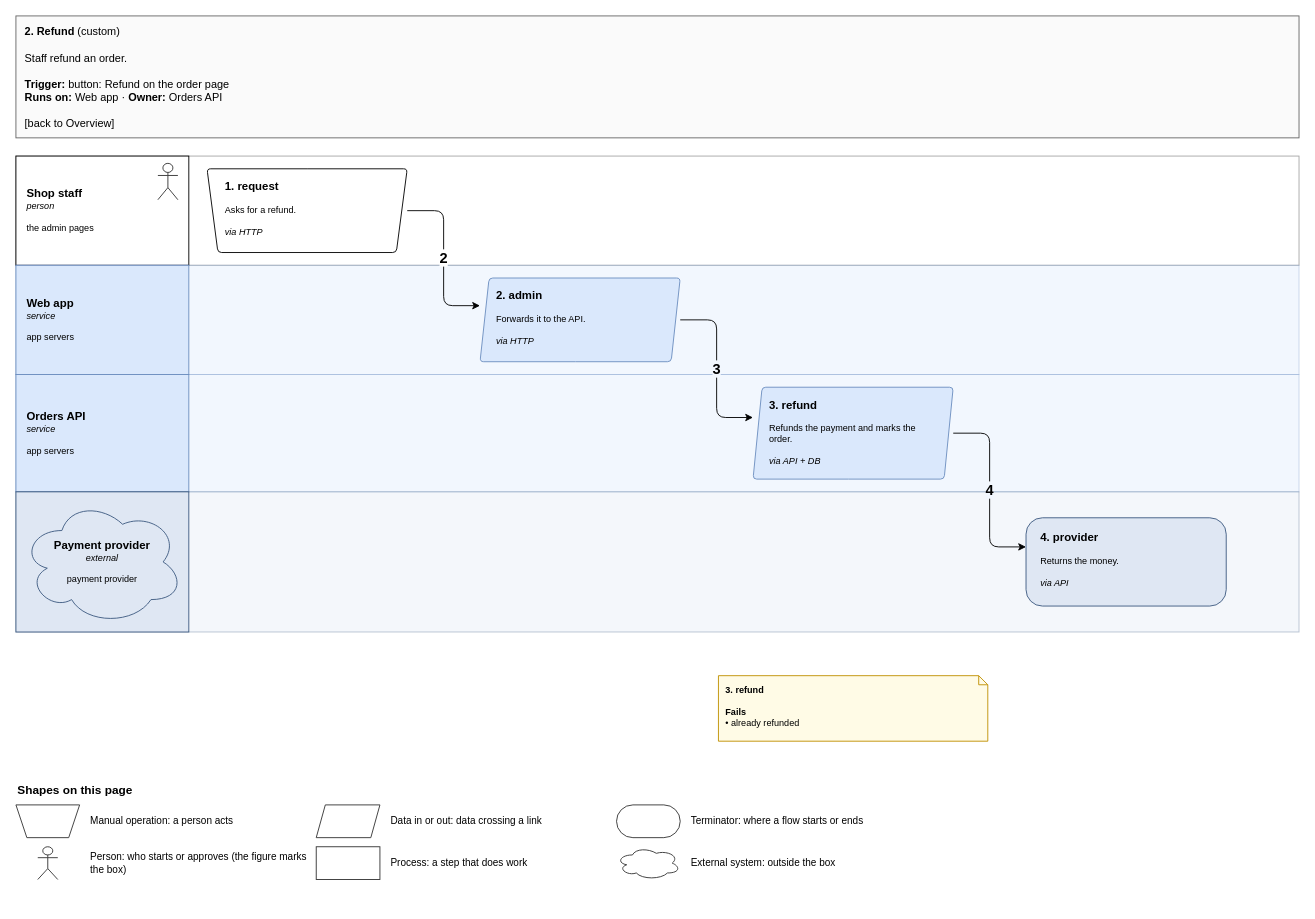
The draw.io diagram page "2. Refund" (7 of 10) of specialists/platform/skill-drawio/examples/shop/drawio/flows.drawio in amalikn/skills_stuff, before the edit. Source tidied: cells renumbered, new cells numbered last; positions are measured from the earlier drawing's top-left corner, leaving out a move shared by most shapes. Both pictures are drawn from the tidied source at 91%, with x=0, y=0 at pixel (15, 15).
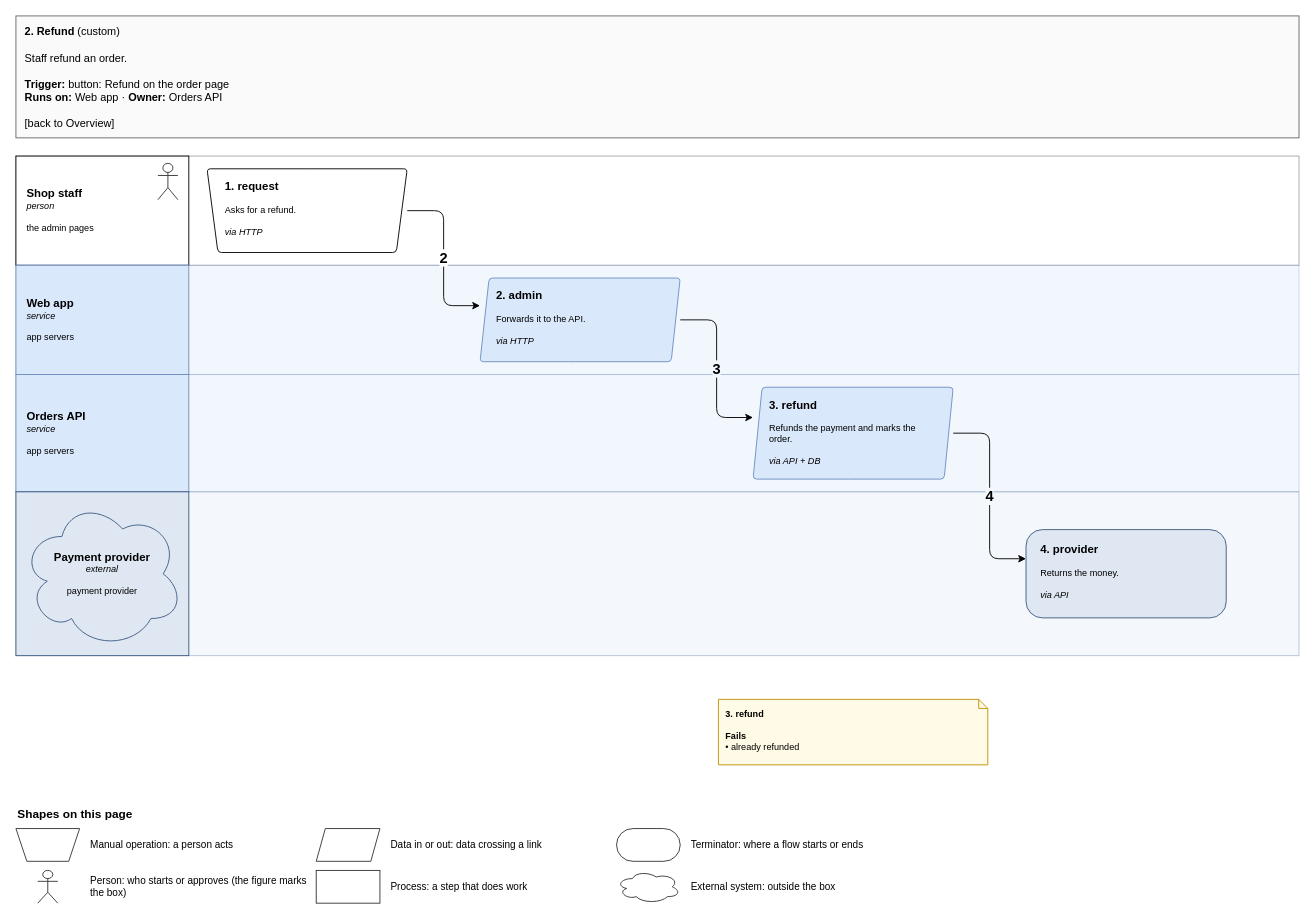
Above is the later version.

The change refers to these unchanged cells:
```xml
<mxCell id="15" value="&lt;span style=&quot;font-size:125%&quot;&gt;&lt;b&gt;3. refund&lt;/b&gt;&lt;/span&gt;&lt;br&gt; &lt;br&gt;Refunds the payment and marks the order.&lt;br&gt; &lt;br&gt;&lt;i&gt;via API + DB&lt;/i&gt;" style="rounded=1;whiteSpace=wrap;html=1;fillColor=#dae8fc;strokeColor=#6c8ebf;fontSize=11;arcSize=8;fontSize=10;align=left;verticalAlign=top;spacingLeft=8;spacingRight=6;spacingTop=6;shape=parallelogram;perimeter=parallelogramPerimeter;fixedSize=1;size=10;spacingLeft=16;spacingRight=16;" parent="1" vertex="1">
  <mxGeometry x="810" y="408" width="220" height="101" as="geometry" />
</mxCell>
```

The edit, as a diff of the source:
```diff
@@
     <mxCell id="10" style="rounded=0;html=1;fillColor=#dfe7f3;strokeColor=#3d5a80;opacity=35;" parent="1" vertex="1">
-      <mxGeometry y="523" width="1410" height="154" as="geometry" />
+      <mxGeometry y="523" width="1410" height="180" as="geometry" />
     </mxCell>
     <mxCell id="11" style="rounded=1;whiteSpace=wrap;html=1;fillColor=#dfe7f3;strokeColor=#3d5a80;fontSize=11;arcSize=8;rounded=0;" parent="1" vertex="1">
-      <mxGeometry y="523" width="190" height="154" as="geometry" />
+      <mxGeometry y="523" width="190" height="180" as="geometry" />
     </mxCell>
-    <mxCell id="12" value="&lt;span style=&quot;font-size:125%&quot;&gt;&lt;b&gt;Payment provider&lt;/b&gt;&lt;/span&gt;&lt;br&gt;&lt;i&gt;external&lt;/i&gt;&lt;br&gt; &lt;br&gt;payment provider" style="rounded=1;whiteSpace=wrap;html=1;fillColor=#dfe7f3;strokeColor=#3d5a80;fontSize=11;arcSize=8;fontSize=10;ellipse;shape=cloud;spacingLeft=16;spacingRight=16;spacingTop=10;align=center;verticalAlign=middle;spacingLeft=34;spacingRight=34;spacingTop=10;spacingBottom=10;" parent="1" vertex="1">
-      <mxGeometry x="6" y="531" width="178" height="138" as="geometry" />
+    <mxCell id="12" value="&lt;span style=&quot;font-size:125%&quot;&gt;&lt;b&gt;Payment provider&lt;/b&gt;&lt;/span&gt;&lt;br&gt;&lt;i&gt;external&lt;/i&gt;&lt;br&gt; &lt;br&gt;payment provider" style="rounded=1;whiteSpace=wrap;html=1;fillColor=#dfe7f3;strokeColor=#3d5a80;fontSize=11;arcSize=8;fontSize=10;ellipse;shape=cloud;align=center;spacingLeft=30;spacingRight=28;spacingTop=26;align=center;verticalAlign=middle;spacingLeft=34;spacingRight=34;spacingTop=10;spacingBottom=10;" parent="1" vertex="1">
+      <mxGeometry x="6" y="531" width="178" height="164" as="geometry" />
     </mxCell>
@@
     <mxCell id="16" value="&lt;b&gt;3. refund&lt;/b&gt;&lt;br&gt; &lt;br&gt;&lt;b&gt;Fails&lt;/b&gt;&lt;br&gt;• already refunded" style="shape=note;whiteSpace=wrap;html=1;size=10;fillColor=#fffbe6;strokeColor=#bf9000;align=left;verticalAlign=top;spacingLeft=6;spacingTop=4;fontSize=10;" parent="1" vertex="1">
-      <mxGeometry x="772" y="725" width="296" height="72" as="geometry" />
+      <mxGeometry x="772" y="751" width="296" height="72" as="geometry" />
     </mxCell>
     <mxCell id="17" value="&lt;span style=&quot;font-size:125%&quot;&gt;&lt;b&gt;4. provider&lt;/b&gt;&lt;/span&gt;&lt;br&gt; &lt;br&gt;Returns the money.&lt;br&gt; &lt;br&gt;&lt;i&gt;via API&lt;/i&gt;" style="rounded=1;whiteSpace=wrap;html=1;fillColor=#dfe7f3;strokeColor=#3d5a80;fontSize=11;arcSize=8;fontSize=10;align=left;verticalAlign=top;spacingLeft=8;spacingRight=6;spacingTop=6;rounded=1;absoluteArcSize=1;arcSize=36;spacingLeft=14;spacingRight=12;spacingTop=8;" parent="1" vertex="1">
-      <mxGeometry x="1110" y="551.5" width="220" height="97" as="geometry" />
+      <mxGeometry x="1110" y="564.5" width="220" height="97" as="geometry" />
     </mxCell>
     <mxCell id="18" value="&lt;b&gt;Shapes on this page&lt;/b&gt;" style="text;html=1;align=left;fontSize=13;" parent="1" vertex="1">
-      <mxGeometry y="837" width="300" height="24" as="geometry" />
+      <mxGeometry y="863" width="300" height="24" as="geometry" />
     </mxCell>
     <mxCell id="19" style="whiteSpace=wrap;html=1;fillColor=#ffffff;strokeColor=#333333;shape=trapezoid;perimeter=trapezoidPerimeter;flipV=1;fixedSize=1;size=12;spacingLeft=18;spacingRight=18;" parent="1" vertex="1">
-      <mxGeometry y="867" width="70" height="36" as="geometry" />
+      <mxGeometry y="893" width="70" height="36" as="geometry" />
     </mxCell>
     <mxCell id="20" value="Manual operation: a person acts" style="text;html=1;align=left;verticalAlign=middle;whiteSpace=wrap;fontSize=11;" parent="1" vertex="1">
-      <mxGeometry x="80" y="867" width="240" height="36" as="geometry" />
+      <mxGeometry x="80" y="893" width="240" height="36" as="geometry" />
     </mxCell>
     <mxCell id="21" style="whiteSpace=wrap;html=1;fillColor=#ffffff;strokeColor=#333333;shape=parallelogram;perimeter=parallelogramPerimeter;fixedSize=1;size=10;spacingLeft=16;spacingRight=16;" parent="1" vertex="1">
-      <mxGeometry x="330" y="867" width="70" height="36" as="geometry" />
+      <mxGeometry x="330" y="893" width="70" height="36" as="geometry" />
     </mxCell>
     <mxCell id="22" value="Data in or out: data crossing a link" style="text;html=1;align=left;verticalAlign=middle;whiteSpace=wrap;fontSize=11;" parent="1" vertex="1">
-      <mxGeometry x="410" y="867" width="240" height="36" as="geometry" />
+      <mxGeometry x="410" y="893" width="240" height="36" as="geometry" />
     </mxCell>
     <mxCell id="23" style="whiteSpace=wrap;html=1;fillColor=#ffffff;strokeColor=#333333;rounded=1;absoluteArcSize=1;arcSize=36;spacingLeft=14;spacingRight=12;spacingTop=8;" parent="1" vertex="1">
-      <mxGeometry x="660" y="867" width="70" height="36" as="geometry" />
+      <mxGeometry x="660" y="893" width="70" height="36" as="geometry" />
     </mxCell>
     <mxCell id="24" value="Terminator: where a flow starts or ends" style="text;html=1;align=left;verticalAlign=middle;whiteSpace=wrap;fontSize=11;" parent="1" vertex="1">
-      <mxGeometry x="740" y="867" width="240" height="36" as="geometry" />
+      <mxGeometry x="740" y="893" width="240" height="36" as="geometry" />
     </mxCell>
     <mxCell id="25" style="shape=umlActor;verticalLabelPosition=bottom;verticalAlign=top;fillColor=#ffffff;strokeColor=#333333;" parent="1" vertex="1">
-      <mxGeometry x="24" y="913" width="22" height="36" as="geometry" />
+      <mxGeometry x="24" y="939" width="22" height="36" as="geometry" />
     </mxCell>
     <mxCell id="26" value="Person: who starts or approves (the figure marks the box)" style="text;html=1;align=left;verticalAlign=middle;whiteSpace=wrap;fontSize=11;" parent="1" vertex="1">
-      <mxGeometry x="80" y="913" width="240" height="36" as="geometry" />
+      <mxGeometry x="80" y="939" width="240" height="36" as="geometry" />
     </mxCell>
     <mxCell id="27" style="whiteSpace=wrap;html=1;fillColor=#ffffff;strokeColor=#333333;rounded=0;" parent="1" vertex="1">
-      <mxGeometry x="330" y="913" width="70" height="36" as="geometry" />
+      <mxGeometry x="330" y="939" width="70" height="36" as="geometry" />
     </mxCell>
     <mxCell id="28" value="Process: a step that does work" style="text;html=1;align=left;verticalAlign=middle;whiteSpace=wrap;fontSize=11;" parent="1" vertex="1">
-      <mxGeometry x="410" y="913" width="240" height="36" as="geometry" />
+      <mxGeometry x="410" y="939" width="240" height="36" as="geometry" />
     </mxCell>
-    <mxCell id="29" style="whiteSpace=wrap;html=1;fillColor=#ffffff;strokeColor=#333333;ellipse;shape=cloud;spacingLeft=16;spacingRight=16;spacingTop=10;" parent="1" vertex="1">
-      <mxGeometry x="660" y="913" width="70" height="36" as="geometry" />
+    <mxCell id="29" style="whiteSpace=wrap;html=1;fillColor=#ffffff;strokeColor=#333333;ellipse;shape=cloud;align=center;spacingLeft=30;spacingRight=28;spacingTop=26;" parent="1" vertex="1">
+      <mxGeometry x="660" y="939" width="70" height="36" as="geometry" />
     </mxCell>
     <mxCell id="30" value="External system: outside the box" style="text;html=1;align=left;verticalAlign=middle;whiteSpace=wrap;fontSize=11;" parent="1" vertex="1">
-      <mxGeometry x="740" y="913" width="240" height="36" as="geometry" />
+      <mxGeometry x="740" y="939" width="240" height="36" as="geometry" />
     </mxCell>
@@
     <mxCell id="35" style="edgeStyle=none;rounded=1;html=1;endArrow=classic;endFill=1;jumpStyle=arc;jumpSize=6;strokeColor=#000000;exitX=1;exitY=0.5;entryX=0;entryY=0.3299;exitPerimeter=0;entryPerimeter=0;" parent="1" edge="1" source="15" target="17">
       <mxGeometry relative="1" as="geometry">
         <Array as="points">
           <mxPoint x="1070" y="458.5" />
-          <mxPoint x="1070" y="583.5" />
+          <mxPoint x="1070" y="596.5" />
         </Array>
       </mxGeometry>
     </mxCell>
-    <mxCell id="36" value="&lt;b&gt;4&lt;/b&gt;" style="text;html=1;align=center;verticalAlign=middle;fontSize=16;fontStyle=1;labelBackgroundColor=#f2f7fe;fontColor=#000000;" parent="1" vertex="1">
-      <mxGeometry x="1056.5" y="510" width="27" height="22" as="geometry" />
+    <mxCell id="36" value="&lt;b&gt;4&lt;/b&gt;" style="text;html=1;align=center;verticalAlign=middle;fontSize=16;fontStyle=1;labelBackgroundColor=#f4f7fb;fontColor=#000000;" parent="1" vertex="1">
+      <mxGeometry x="1056.5" y="516.5" width="27" height="22" as="geometry" />
     </mxCell>
```
